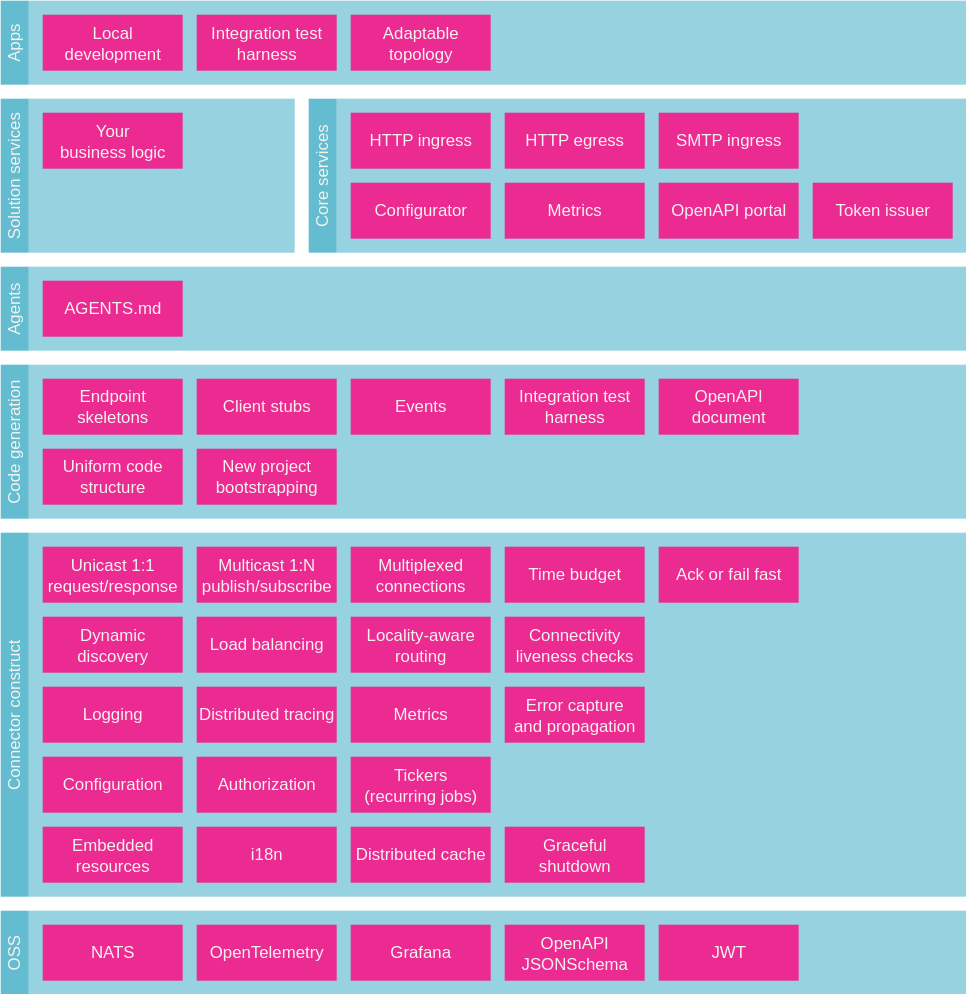
bhardwajRahul/fabric keeps this draw.io diagram as docs/blocks/layers-1.drawio.svg. Above is the earlier version. Source tidied: cells renumbered, new cells last; positions are measured from the earlier drawing's top-left corner, leaving out a move shared by most shapes.
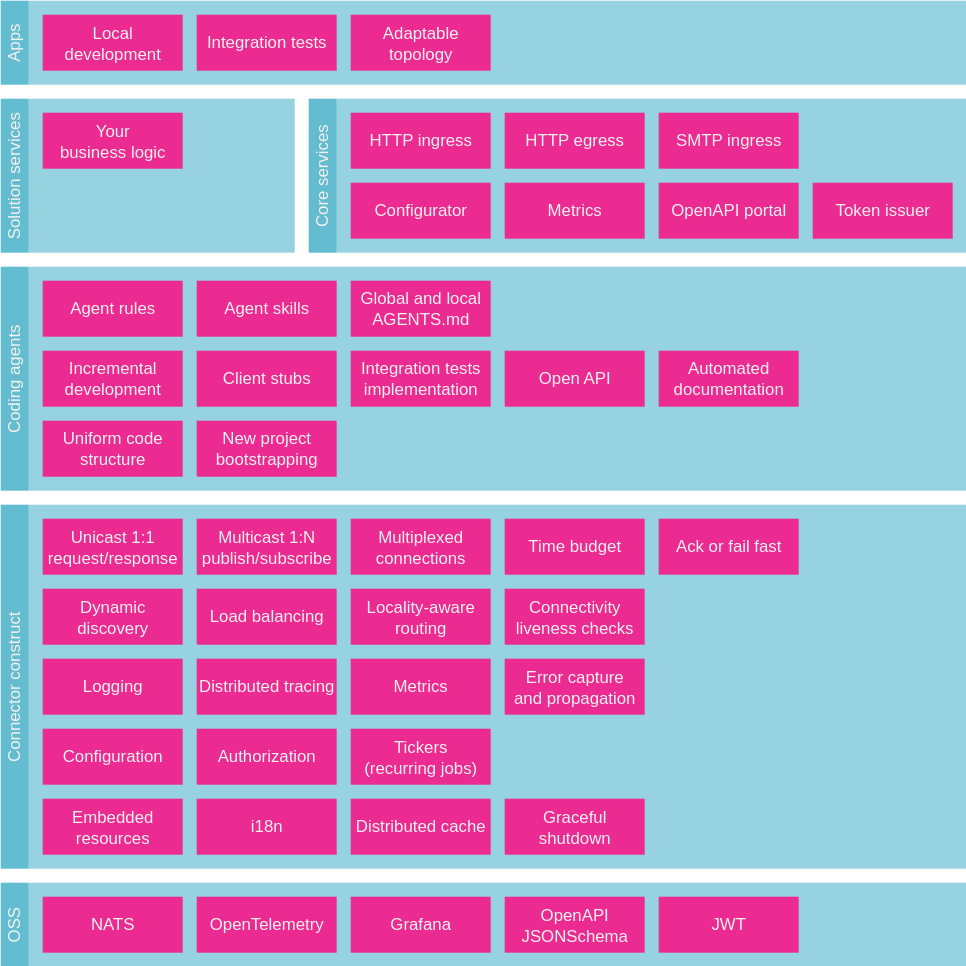
The same diagram one commit later.

The edit, as a diff of the source:
```diff
@@ -14,20 +14,14 @@
     <mxCell id="5" value="Connector construct" style="rounded=0;whiteSpace=wrap;html=1;horizontal=0;strokeColor=none;fillColor=#31a6c1;opacity=75;shadow=0;fontColor=#F4F2EF;" parent="1" vertex="1">
       <mxGeometry y="380" width="20" height="260" as="geometry" />
     </mxCell>
-    <mxCell id="6" style="rounded=0;whiteSpace=wrap;html=1;dashed=1;fillColor=#31a6c1;opacity=50;strokeColor=none;align=center;verticalAlign=middle;fontFamily=Helvetica;fontSize=12;fontColor=#F4F2EF;" parent="1" vertex="1">
-      <mxGeometry x="20" y="190" width="670" height="60" as="geometry" />
-    </mxCell>
-    <mxCell id="7" value="Agents" style="rounded=0;whiteSpace=wrap;html=1;horizontal=0;strokeColor=none;fillColor=#31a6c1;opacity=75;shadow=0;fontColor=#F4F2EF;" parent="1" vertex="1">
-      <mxGeometry y="190" width="20" height="60" as="geometry" />
-    </mxCell>
     <mxCell id="8" style="rounded=0;whiteSpace=wrap;html=1;fillColor=#31a6c1;opacity=50;strokeColor=none;fontColor=#F4F2EF;" parent="1" vertex="1">
-      <mxGeometry x="20" y="70" width="190" height="110" as="geometry" />
+      <mxGeometry x="20" y="90" width="190" height="110" as="geometry" />
     </mxCell>
     <mxCell id="9" value="Solution services" style="rounded=0;whiteSpace=wrap;html=1;horizontal=0;strokeColor=none;fillColor=#31a6c1;opacity=75;shadow=0;fontColor=#F4F2EF;" parent="1" vertex="1">
-      <mxGeometry y="70" width="20" height="110" as="geometry" />
+      <mxGeometry y="90" width="20" height="110" as="geometry" />
     </mxCell>
     <mxCell id="10" style="rounded=0;whiteSpace=wrap;html=1;dashed=1;fillColor=#31a6c1;opacity=50;strokeColor=none;align=center;verticalAlign=middle;fontFamily=Helvetica;fontSize=12;fontColor=#F4F2EF;" parent="1" vertex="1">
-      <mxGeometry x="240" y="70" width="450" height="110" as="geometry" />
+      <mxGeometry x="240" y="90" width="450" height="110" as="geometry" />
     </mxCell>
     <mxCell id="11" value="Configuration" style="rounded=0;whiteSpace=wrap;html=1;fillColor=#eb2b91;strokeColor=none;fontColor=#F4F2EF;align=center;verticalAlign=middle;fontFamily=Helvetica;fontSize=12;" parent="1" vertex="1">
       <mxGeometry x="30" y="540" width="100" height="40" as="geometry" />
@@ -81,22 +75,22 @@
       <mxGeometry x="140" y="440" width="100" height="40" as="geometry" />
     </mxCell>
     <mxCell id="28" value="Your&lt;br&gt;business logic" style="rounded=0;whiteSpace=wrap;html=1;fontColor=#F4F2EF;strokeColor=none;fillColor=#eb2b91;align=center;verticalAlign=middle;fontFamily=Helvetica;fontSize=12;" parent="1" vertex="1">
-      <mxGeometry x="30" y="80" width="100" height="40" as="geometry" />
+      <mxGeometry x="30" y="100" width="100" height="40" as="geometry" />
     </mxCell>
     <mxCell id="29" value="HTTP ingress" style="rounded=0;whiteSpace=wrap;html=1;fillColor=#eb2b91;gradientColor=none;fontColor=#F4F2EF;strokeColor=none;align=center;verticalAlign=middle;fontFamily=Helvetica;fontSize=12;" parent="1" vertex="1">
-      <mxGeometry x="250" y="80" width="100" height="40" as="geometry" />
+      <mxGeometry x="250" y="100" width="100" height="40" as="geometry" />
     </mxCell>
     <mxCell id="30" value="OpenAPI portal" style="rounded=0;whiteSpace=wrap;html=1;fillColor=#eb2b91;gradientColor=none;fontColor=#F4F2EF;strokeColor=none;align=center;verticalAlign=middle;fontFamily=Helvetica;fontSize=12;" parent="1" vertex="1">
-      <mxGeometry x="470" y="130" width="100" height="40" as="geometry" />
+      <mxGeometry x="470" y="150" width="100" height="40" as="geometry" />
     </mxCell>
     <mxCell id="31" value="Metrics" style="rounded=0;whiteSpace=wrap;html=1;fillColor=#eb2b91;gradientColor=none;fontColor=#F4F2EF;strokeColor=none;align=center;verticalAlign=middle;fontFamily=Helvetica;fontSize=12;" parent="1" vertex="1">
-      <mxGeometry x="360" y="130" width="100" height="40" as="geometry" />
+      <mxGeometry x="360" y="150" width="100" height="40" as="geometry" />
     </mxCell>
     <mxCell id="32" value="HTTP egress" style="rounded=0;whiteSpace=wrap;html=1;fillColor=#eb2b91;gradientColor=none;fontColor=#F4F2EF;strokeColor=none;align=center;verticalAlign=middle;fontFamily=Helvetica;fontSize=12;" parent="1" vertex="1">
-      <mxGeometry x="360" y="80" width="100" height="40" as="geometry" />
+      <mxGeometry x="360" y="100" width="100" height="40" as="geometry" />
     </mxCell>
     <mxCell id="33" value="SMTP ingress" style="rounded=0;whiteSpace=wrap;html=1;fillColor=#eb2b91;gradientColor=none;fontColor=#F4F2EF;strokeColor=none;align=center;verticalAlign=middle;fontFamily=Helvetica;fontSize=12;" parent="1" vertex="1">
-      <mxGeometry x="470" y="80" width="100" height="40" as="geometry" />
+      <mxGeometry x="470" y="100" width="100" height="40" as="geometry" />
     </mxCell>
     <mxCell id="34" value="OpenAPI&lt;br&gt;JSONSchema" style="rounded=0;whiteSpace=wrap;html=1;fillColor=#eb2b91;strokeColor=none;fontColor=#F4F2EF;align=center;verticalAlign=middle;fontFamily=Helvetica;fontSize=12;" parent="1" vertex="1">
       <mxGeometry x="360" y="660" width="100" height="40" as="geometry" />
@@ -108,28 +102,25 @@
       <mxGeometry x="140" y="590" width="100" height="40" as="geometry" />
     </mxCell>
     <mxCell id="37" value="Core services" style="rounded=0;whiteSpace=wrap;html=1;horizontal=0;strokeColor=none;fillColor=#31a6c1;opacity=75;shadow=0;fontColor=#F4F2EF;" parent="1" vertex="1">
-      <mxGeometry x="220" y="70" width="20" height="110" as="geometry" />
+      <mxGeometry x="220" y="90" width="20" height="110" as="geometry" />
     </mxCell>
     <mxCell id="38" value="Configurator" style="rounded=0;whiteSpace=wrap;html=1;fillColor=#eb2b91;gradientColor=none;fontColor=#F4F2EF;strokeColor=none;align=center;verticalAlign=middle;fontFamily=Helvetica;fontSize=12;" parent="1" vertex="1">
-      <mxGeometry x="250" y="130" width="100" height="40" as="geometry" />
+      <mxGeometry x="250" y="150" width="100" height="40" as="geometry" />
     </mxCell>
-    <mxCell id="39" value="AGENTS.md" style="rounded=0;whiteSpace=wrap;html=1;fillColor=#eb2b91;strokeColor=none;fontColor=#F4F2EF;align=center;verticalAlign=middle;fontFamily=Helvetica;fontSize=12;" parent="1" vertex="1">
-      <mxGeometry x="30" y="200" width="100" height="40" as="geometry" />
-    </mxCell>
     <mxCell id="40" style="rounded=0;whiteSpace=wrap;html=1;fillColor=#31a6c1;opacity=50;strokeColor=none;fontColor=#F4F2EF;" parent="1" vertex="1">
-      <mxGeometry x="20" width="670" height="60" as="geometry" />
+      <mxGeometry x="20" y="20" width="670" height="60" as="geometry" />
     </mxCell>
     <mxCell id="41" value="Apps" style="rounded=0;whiteSpace=wrap;html=1;horizontal=0;strokeColor=none;fillColor=#31a6c1;opacity=75;shadow=0;fontColor=#F4F2EF;" parent="1" vertex="1">
-      <mxGeometry width="20" height="60" as="geometry" />
+      <mxGeometry y="20" width="20" height="60" as="geometry" />
     </mxCell>
     <mxCell id="42" value="Local development" style="rounded=0;whiteSpace=wrap;html=1;fontColor=#F4F2EF;strokeColor=none;fillColor=#eb2b91;align=center;verticalAlign=middle;fontFamily=Helvetica;fontSize=12;" parent="1" vertex="1">
-      <mxGeometry x="30" y="10" width="100" height="40" as="geometry" />
+      <mxGeometry x="30" y="30" width="100" height="40" as="geometry" />
     </mxCell>
     <mxCell id="43" value="Adaptable topology" style="rounded=0;whiteSpace=wrap;html=1;fontColor=#F4F2EF;strokeColor=none;fillColor=#eb2b91;align=center;verticalAlign=middle;fontFamily=Helvetica;fontSize=12;" parent="1" vertex="1">
-      <mxGeometry x="250" y="10" width="100" height="40" as="geometry" />
+      <mxGeometry x="250" y="30" width="100" height="40" as="geometry" />
     </mxCell>
-    <mxCell id="44" value="Integration test harness" style="rounded=0;whiteSpace=wrap;html=1;fillColor=#eb2b91;strokeColor=none;fontColor=#F4F2EF;align=center;verticalAlign=middle;fontFamily=Helvetica;fontSize=12;" parent="1" vertex="1">
-      <mxGeometry x="140" y="10" width="100" height="40" as="geometry" />
+    <mxCell id="44" value="Integration tests" style="rounded=0;whiteSpace=wrap;html=1;fillColor=#eb2b91;strokeColor=none;fontColor=#F4F2EF;align=center;verticalAlign=middle;fontFamily=Helvetica;fontSize=12;" parent="1" vertex="1">
+      <mxGeometry x="140" y="30" width="100" height="40" as="geometry" />
     </mxCell>
     <mxCell id="45" value="Locality-aware routing" style="rounded=0;whiteSpace=wrap;html=1;fillColor=#eb2b91;strokeColor=none;fontColor=#F4F2EF;align=center;verticalAlign=middle;fontFamily=Helvetica;fontSize=12;" parent="1" vertex="1">
       <mxGeometry x="250" y="440" width="100" height="40" as="geometry" />
@@ -141,7 +132,7 @@
       <mxGeometry x="360" y="590" width="100" height="40" as="geometry" />
     </mxCell>
     <mxCell id="48" value="Token issuer" style="rounded=0;whiteSpace=wrap;html=1;fillColor=#eb2b91;gradientColor=none;fontColor=#F4F2EF;strokeColor=none;align=center;verticalAlign=middle;fontFamily=Helvetica;fontSize=12;" parent="1" vertex="1">
-      <mxGeometry x="580" y="130" width="100" height="40" as="geometry" />
+      <mxGeometry x="580" y="150" width="100" height="40" as="geometry" />
     </mxCell>
     <mxCell id="49" value="Authorization" style="rounded=0;whiteSpace=wrap;html=1;fillColor=#eb2b91;strokeColor=none;fontColor=#F4F2EF;align=center;verticalAlign=middle;fontFamily=Helvetica;fontSize=12;" parent="1" vertex="1">
       <mxGeometry x="140" y="540" width="100" height="40" as="geometry" />
@@ -150,31 +141,40 @@
       <mxGeometry x="470" y="660" width="100" height="40" as="geometry" />
     </mxCell>
     <mxCell id="51" style="rounded=0;whiteSpace=wrap;html=1;dashed=1;fillColor=#31a6c1;opacity=50;strokeColor=none;align=center;verticalAlign=middle;fontFamily=Helvetica;fontSize=12;fontColor=#F4F2EF;" parent="1" vertex="1">
-      <mxGeometry x="20" y="260" width="670" height="110" as="geometry" />
+      <mxGeometry x="20" y="210" width="670" height="160" as="geometry" />
     </mxCell>
-    <mxCell id="52" value="Code generation" style="rounded=0;whiteSpace=wrap;html=1;horizontal=0;strokeColor=none;fillColor=#31a6c1;opacity=75;shadow=0;fontColor=#F4F2EF;" parent="1" vertex="1">
-      <mxGeometry y="260" width="20" height="110" as="geometry" />
+    <mxCell id="52" value="Coding agents" style="rounded=0;whiteSpace=wrap;html=1;horizontal=0;strokeColor=none;fillColor=#31a6c1;opacity=75;shadow=0;fontColor=#F4F2EF;" parent="1" vertex="1">
+      <mxGeometry y="210" width="20" height="160" as="geometry" />
     </mxCell>
     <mxCell id="53" value="Client stubs" style="rounded=0;whiteSpace=wrap;html=1;fillColor=#eb2b91;strokeColor=none;fontColor=#F4F2EF;align=center;verticalAlign=middle;fontFamily=Helvetica;fontSize=12;" parent="1" vertex="1">
       <mxGeometry x="140" y="270" width="100" height="40" as="geometry" />
     </mxCell>
-    <mxCell id="54" value="Integration test harness" style="rounded=0;whiteSpace=wrap;html=1;fillColor=#eb2b91;strokeColor=none;fontColor=#F4F2EF;align=center;verticalAlign=middle;fontFamily=Helvetica;fontSize=12;" parent="1" vertex="1">
+    <mxCell id="54" value="Open API" style="rounded=0;whiteSpace=wrap;html=1;fillColor=#eb2b91;strokeColor=none;fontColor=#F4F2EF;align=center;verticalAlign=middle;fontFamily=Helvetica;fontSize=12;" parent="1" vertex="1">
       <mxGeometry x="360" y="270" width="100" height="40" as="geometry" />
     </mxCell>
-    <mxCell id="55" value="OpenAPI&lt;div&gt;document&lt;/div&gt;" style="rounded=0;whiteSpace=wrap;html=1;fillColor=#eb2b91;strokeColor=none;fontColor=#F4F2EF;align=center;verticalAlign=middle;fontFamily=Helvetica;fontSize=12;" parent="1" vertex="1">
+    <mxCell id="55" value="Automated documentation" style="rounded=0;whiteSpace=wrap;html=1;fillColor=#eb2b91;strokeColor=none;fontColor=#F4F2EF;align=center;verticalAlign=middle;fontFamily=Helvetica;fontSize=12;" parent="1" vertex="1">
       <mxGeometry x="470" y="270" width="100" height="40" as="geometry" />
     </mxCell>
     <mxCell id="56" value="Uniform code structure" style="rounded=0;whiteSpace=wrap;html=1;fillColor=#eb2b91;strokeColor=none;fontColor=#F4F2EF;align=center;verticalAlign=middle;fontFamily=Helvetica;fontSize=12;" parent="1" vertex="1">
       <mxGeometry x="30" y="320" width="100" height="40" as="geometry" />
     </mxCell>
-    <mxCell id="57" value="Events" style="rounded=0;whiteSpace=wrap;html=1;fillColor=#eb2b91;strokeColor=none;fontColor=#F4F2EF;align=center;verticalAlign=middle;fontFamily=Helvetica;fontSize=12;" parent="1" vertex="1">
+    <mxCell id="57" value="Integration tests implementation" style="rounded=0;whiteSpace=wrap;html=1;fillColor=#eb2b91;strokeColor=none;fontColor=#F4F2EF;align=center;verticalAlign=middle;fontFamily=Helvetica;fontSize=12;" parent="1" vertex="1">
       <mxGeometry x="250" y="270" width="100" height="40" as="geometry" />
     </mxCell>
-    <mxCell id="58" value="Endpoint skeletons" style="rounded=0;whiteSpace=wrap;html=1;fillColor=#eb2b91;strokeColor=none;fontColor=#F4F2EF;align=center;verticalAlign=middle;fontFamily=Helvetica;fontSize=12;" parent="1" vertex="1">
+    <mxCell id="58" value="Incremental development" style="rounded=0;whiteSpace=wrap;html=1;fillColor=#eb2b91;strokeColor=none;fontColor=#F4F2EF;align=center;verticalAlign=middle;fontFamily=Helvetica;fontSize=12;" parent="1" vertex="1">
       <mxGeometry x="30" y="270" width="100" height="40" as="geometry" />
     </mxCell>
     <mxCell id="59" value="New project bootstrapping" style="rounded=0;whiteSpace=wrap;html=1;fillColor=#eb2b91;strokeColor=none;fontColor=#F4F2EF;align=center;verticalAlign=middle;fontFamily=Helvetica;fontSize=12;" parent="1" vertex="1">
       <mxGeometry x="140" y="320" width="100" height="40" as="geometry" />
     </mxCell>
+    <mxCell id="39" value="Global and local&lt;br&gt;AGENTS.md" style="rounded=0;whiteSpace=wrap;html=1;fillColor=#eb2b91;strokeColor=none;fontColor=#F4F2EF;align=center;verticalAlign=middle;fontFamily=Helvetica;fontSize=12;" parent="1" vertex="1">
+      <mxGeometry x="250" y="220" width="100" height="40" as="geometry" />
+    </mxCell>
+    <mxCell id="60" value="Agent rules" style="rounded=0;whiteSpace=wrap;html=1;fillColor=#eb2b91;strokeColor=none;fontColor=#F4F2EF;align=center;verticalAlign=middle;fontFamily=Helvetica;fontSize=12;" parent="1" vertex="1">
+      <mxGeometry x="30" y="220" width="100" height="40" as="geometry" />
+    </mxCell>
+    <mxCell id="61" value="Agent skills" style="rounded=0;whiteSpace=wrap;html=1;fillColor=#eb2b91;strokeColor=none;fontColor=#F4F2EF;align=center;verticalAlign=middle;fontFamily=Helvetica;fontSize=12;" parent="1" vertex="1">
+      <mxGeometry x="140" y="220" width="100" height="40" as="geometry" />
+    </mxCell>
   </root>
 </mxGraphModel>
```
